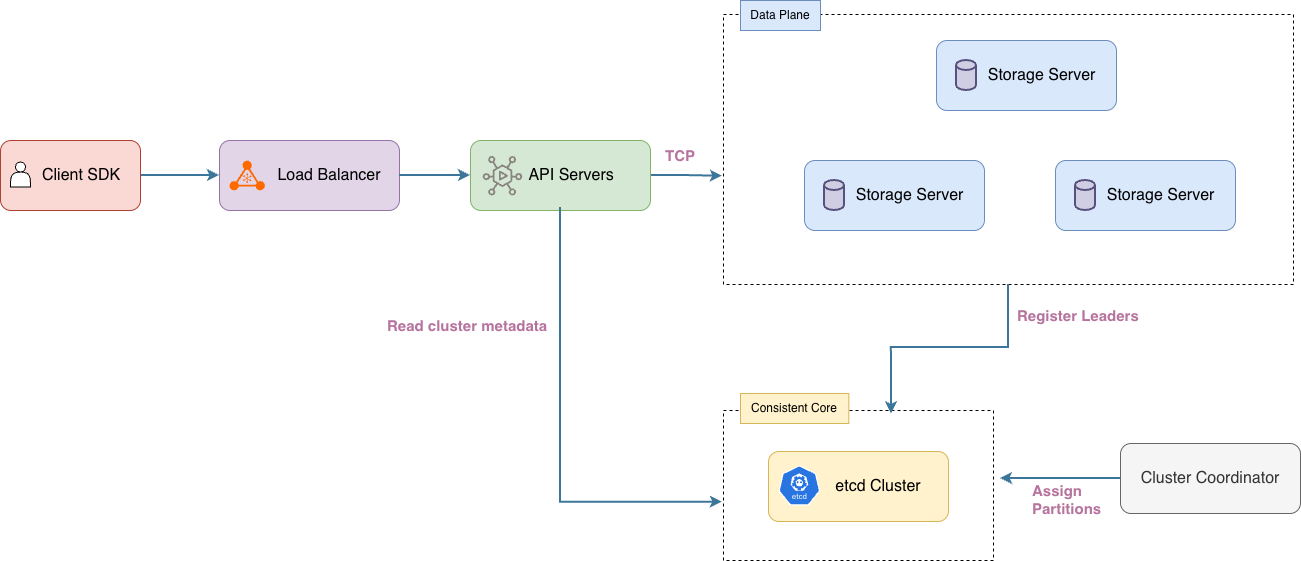
The draw.io diagram src/talks-source/rootconf-2026/public/architecture.png in SarthakMakhija/tech-lessons-posts-v2, before a commit. Source tidied: cells renumbered, new cells last; positions are measured from the earlier drawing's top-left corner, leaving out a move shared by most shapes.
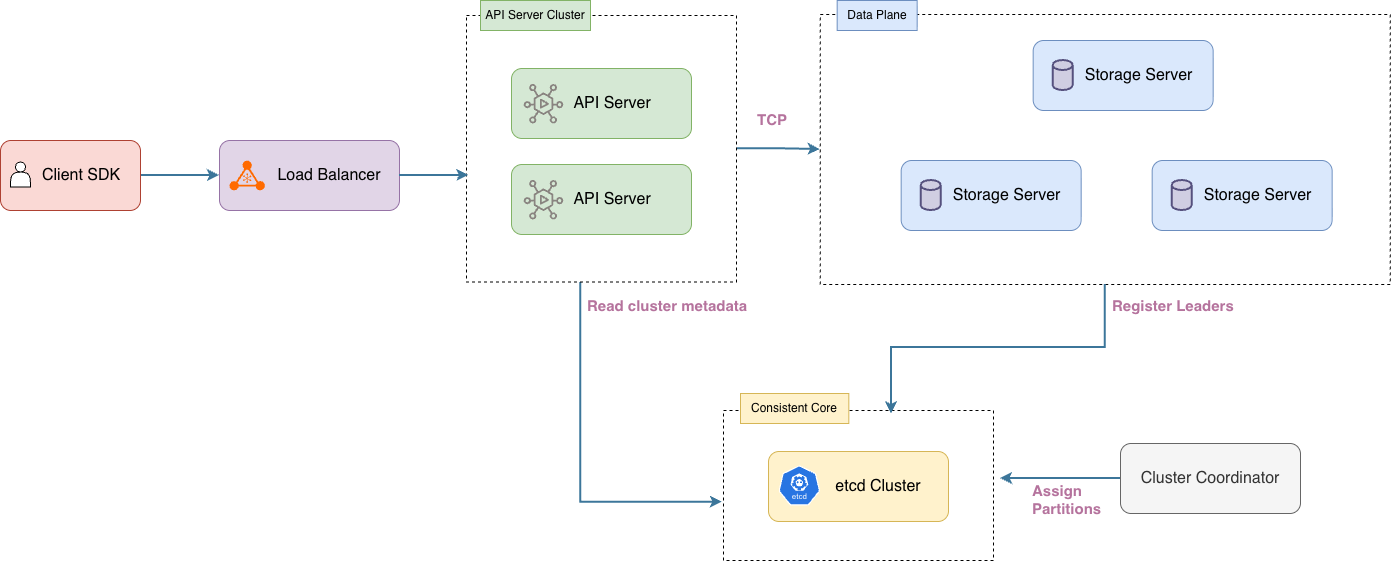
The same file after the commit.

Commit message:
Sarthak | Updates architecture diagram

Change to the diagram source:
```diff
@@ -23,14 +23,11 @@
     <mxCell id="8" style="shape=actor;whiteSpace=wrap;html=1;" parent="6" vertex="1">
       <mxGeometry x="10" y="21.5" width="20" height="25" as="geometry" />
     </mxCell>
-    <mxCell id="9" style="edgeStyle=orthogonalEdgeStyle;rounded=0;jettySize=auto;html=1;entryX=0;entryY=0.5;entryDx=0;entryDy=0;strokeWidth=2;strokeColor=#3C769A;" parent="1" edge="1" source="4" target="23">
-      <mxGeometry relative="1" as="geometry" />
-    </mxCell>
     <mxCell id="10" style="rounded=0;whiteSpace=wrap;html=1;dashed=1;textShadow=0;labelBorderColor=none;" parent="1" vertex="1">
-      <mxGeometry x="723" y="14" width="570" height="270" as="geometry" />
+      <mxGeometry x="819.7" y="14" width="570" height="270" as="geometry" />
     </mxCell>
     <mxCell id="11" style="group;" parent="1" vertex="1">
-      <mxGeometry x="936" y="40" width="180" height="70" as="geometry" />
+      <mxGeometry x="1032.7" y="40" width="180" height="70" as="geometry" />
     </mxCell>
     <mxCell id="12" value="&lt;font style=&quot;font-size: 16px;&quot;&gt;&amp;nbsp; &amp;nbsp; &amp;nbsp; &amp;nbsp;Storage Server&lt;/font&gt;" style="rounded=1;whiteSpace=wrap;html=1;fillColor=#dae8fc;strokeColor=#6c8ebf;" parent="11" vertex="1">
       <mxGeometry width="180" height="70" as="geometry" />
@@ -39,7 +36,7 @@
       <mxGeometry x="20" y="20" width="20" height="30" as="geometry" />
     </mxCell>
     <mxCell id="14" style="group;" parent="1" vertex="1">
-      <mxGeometry x="804" y="160" width="180" height="70" as="geometry" />
+      <mxGeometry x="900.7" y="160" width="180" height="70" as="geometry" />
     </mxCell>
     <mxCell id="15" value="&lt;font style=&quot;font-size: 16px;&quot;&gt;&amp;nbsp; &amp;nbsp; &amp;nbsp; &amp;nbsp;Storage Server&lt;/font&gt;" style="rounded=1;whiteSpace=wrap;html=1;fillColor=#dae8fc;strokeColor=#6c8ebf;" parent="14" vertex="1">
       <mxGeometry width="180" height="70" as="geometry" />
@@ -48,7 +45,7 @@
       <mxGeometry x="20" y="20" width="20" height="30" as="geometry" />
     </mxCell>
     <mxCell id="17" style="group;" parent="1" vertex="1">
-      <mxGeometry x="1055" y="160" width="180" height="70" as="geometry" />
+      <mxGeometry x="1151.7" y="160" width="180" height="70" as="geometry" />
     </mxCell>
     <mxCell id="18" value="&lt;font style=&quot;font-size: 16px;&quot;&gt;&amp;nbsp; &amp;nbsp; &amp;nbsp; &amp;nbsp;Storage Server&lt;/font&gt;" style="rounded=1;whiteSpace=wrap;html=1;fillColor=#dae8fc;strokeColor=#6c8ebf;" parent="17" vertex="1">
       <mxGeometry width="180" height="70" as="geometry" />
@@ -56,21 +53,9 @@
     <mxCell id="19" style="strokeWidth=2;html=1;shape=mxgraph.flowchart.database;whiteSpace=wrap;fillColor=#d0cee2;strokeColor=#56517e;" parent="17" vertex="1">
       <mxGeometry x="20" y="20" width="20" height="30" as="geometry" />
     </mxCell>
-    <mxCell id="20" style="edgeStyle=orthogonalEdgeStyle;rounded=0;jettySize=auto;html=1;entryX=-0.002;entryY=0.599;entryDx=0;entryDy=0;entryPerimeter=0;strokeWidth=2;strokeColor=#3C769A;" parent="1" edge="1" source="23" target="10">
-      <mxGeometry relative="1" as="geometry" />
-    </mxCell>
     <mxCell id="21" value="Data Plane" style="text;html=1;whiteSpace=wrap;strokeColor=#6c8ebf;fillColor=#dae8fc;align=center;verticalAlign=middle;rounded=0;" parent="1" vertex="1">
-      <mxGeometry x="740" width="80" height="30" as="geometry" />
+      <mxGeometry x="836.7" width="80" height="30" as="geometry" />
     </mxCell>
-    <mxCell id="22" style="group;" parent="1" vertex="1">
-      <mxGeometry x="470" y="140" width="180" height="70" as="geometry" />
-    </mxCell>
-    <mxCell id="23" value="&lt;font style=&quot;font-size: 16px;&quot;&gt;&amp;nbsp; &amp;nbsp; &amp;nbsp;API Servers&lt;/font&gt;" style="rounded=1;whiteSpace=wrap;html=1;fillColor=#d5e8d4;strokeColor=#82b366;" parent="22" vertex="1">
-      <mxGeometry width="180" height="70" as="geometry" />
-    </mxCell>
-    <mxCell id="24" style="sketch=0;fontColor=#232F3E;gradientColor=none;fillColor=light-dark(#898480, #d86d0c);strokeColor=none;dashed=0;verticalLabelPosition=bottom;verticalAlign=top;align=center;html=1;fontSize=12;fontStyle=0;shape=mxgraph.aws4.mediaconnect_gateway;" parent="22" vertex="1">
-      <mxGeometry x="12" y="15" width="40" height="40" as="geometry" />
-    </mxCell>
     <mxCell id="25" style="rounded=0;whiteSpace=wrap;html=1;dashed=1;" parent="1" vertex="1">
       <mxGeometry x="723" y="410" width="270" height="150" as="geometry" />
     </mxCell>
@@ -83,12 +68,11 @@
     <mxCell id="28" value="Consistent Core" style="text;html=1;whiteSpace=wrap;strokeColor=#d6b656;fillColor=#fff2cc;align=center;verticalAlign=middle;rounded=0;" parent="1" vertex="1">
       <mxGeometry x="740" y="393" width="108.3" height="30" as="geometry" />
     </mxCell>
-    <mxCell id="29" style="edgeStyle=orthogonalEdgeStyle;rounded=0;orthogonalLoop=1;jettySize=auto;html=1;entryX=-0.004;entryY=0.631;entryDx=0;entryDy=0;entryPerimeter=0;strokeWidth=2;strokeColor=#3C769A;" parent="1" edge="1">
+    <mxCell id="29" style="edgeStyle=orthogonalEdgeStyle;rounded=0;jettySize=auto;html=1;entryX=-0.004;entryY=0.631;entryDx=0;entryDy=0;entryPerimeter=0;strokeWidth=2;strokeColor=#3C769A;exitX=0.423;exitY=0.994;exitDx=0;exitDy=0;exitPerimeter=0;" parent="1" edge="1" source="38">
       <mxGeometry relative="1" as="geometry">
-        <mxPoint x="560" y="207" as="sourcePoint" />
         <mxPoint x="721.9" y="501.6" as="targetPoint" />
         <Array as="points">
-          <mxPoint x="560" y="502" />
+          <mxPoint x="580" y="502" />
         </Array>
       </mxGeometry>
     </mxCell>
@@ -107,13 +91,46 @@
       <mxGeometry x="1030" y="484" width="60" height="30" as="geometry" />
     </mxCell>
     <mxCell id="34" value="Register Leaders" style="text;html=1;whiteSpace=wrap;strokeColor=none;fillColor=none;align=left;verticalAlign=middle;rounded=0;labelBackgroundColor=none;fontStyle=1;fontColor=#B5739D;fontSize=15;" parent="1" vertex="1">
-      <mxGeometry x="1015" y="300" width="125" height="30" as="geometry" />
+      <mxGeometry x="1110" y="290" width="125" height="30" as="geometry" />
     </mxCell>
     <mxCell id="35" value="Read cluster metadata" style="text;html=1;whiteSpace=wrap;strokeColor=none;fillColor=none;align=left;verticalAlign=middle;rounded=0;labelBackgroundColor=none;fontStyle=1;fontColor=#B5739D;fontSize=15;" parent="1" vertex="1">
-      <mxGeometry x="385" y="310" width="170" height="30" as="geometry" />
+      <mxGeometry x="585" y="290" width="170" height="30" as="geometry" />
     </mxCell>
     <mxCell id="36" value="TCP" style="text;html=1;whiteSpace=wrap;strokeColor=none;fillColor=none;align=left;verticalAlign=middle;rounded=0;labelBackgroundColor=none;fontStyle=1;fontColor=#B5739D;fontSize=15;" parent="1" vertex="1">
-      <mxGeometry x="663" y="140" width="37" height="30" as="geometry" />
+      <mxGeometry x="755" y="104" width="37" height="30" as="geometry" />
     </mxCell>
+    <mxCell id="37" style="edgeStyle=orthogonalEdgeStyle;rounded=0;jettySize=auto;html=1;entryX=0;entryY=0.5;entryDx=0;entryDy=0;strokeWidth=2;strokeColor=#3C769A;" parent="1" edge="1" source="38" target="10">
+      <mxGeometry relative="1" as="geometry" />
+    </mxCell>
+    <mxCell id="38" style="rounded=0;whiteSpace=wrap;html=1;dashed=1;" parent="1" vertex="1">
+      <mxGeometry x="466" y="15" width="270" height="266.5" as="geometry" />
+    </mxCell>
+    <mxCell id="39" style="edgeStyle=orthogonalEdgeStyle;rounded=0;jettySize=auto;html=1;strokeWidth=2;strokeColor=#3C769A;entryX=0.009;entryY=0.6;entryDx=0;entryDy=0;entryPerimeter=0;" parent="1" edge="1" source="4" target="38">
+      <mxGeometry relative="1" as="geometry" />
+    </mxCell>
+    <mxCell id="40" value="API Server Cluster" style="text;html=1;whiteSpace=wrap;strokeColor=#82b366;fillColor=#d5e8d4;align=center;verticalAlign=middle;rounded=0;" parent="1" vertex="1">
+      <mxGeometry x="480" width="110" height="30" as="geometry" />
+    </mxCell>
+    <mxCell id="41" style="group;" parent="1" vertex="1">
+      <mxGeometry x="511" y="68" width="180" height="166" as="geometry" />
+    </mxCell>
+    <mxCell id="42" style="group;" parent="41" vertex="1">
+      <mxGeometry y="96" width="180" height="70" as="geometry" />
+    </mxCell>
+    <mxCell id="43" value="&lt;font style=&quot;font-size: 16px;&quot;&gt;&amp;nbsp; &amp;nbsp; &amp;nbsp;API Server&lt;/font&gt;" style="rounded=1;whiteSpace=wrap;html=1;fillColor=#d5e8d4;strokeColor=#82b366;" parent="42" vertex="1">
+      <mxGeometry width="180" height="70" as="geometry" />
+    </mxCell>
+    <mxCell id="44" style="sketch=0;fontColor=#232F3E;gradientColor=none;fillColor=light-dark(#898480, #d86d0c);strokeColor=none;dashed=0;verticalLabelPosition=bottom;verticalAlign=top;align=center;html=1;fontSize=12;fontStyle=0;shape=mxgraph.aws4.mediaconnect_gateway;" parent="42" vertex="1">
+      <mxGeometry x="12" y="15" width="40" height="40" as="geometry" />
+    </mxCell>
+    <mxCell id="45" style="group;" parent="41" vertex="1">
+      <mxGeometry width="180" height="70" as="geometry" />
+    </mxCell>
+    <mxCell id="46" value="&lt;font style=&quot;font-size: 16px;&quot;&gt;&amp;nbsp; &amp;nbsp; &amp;nbsp;API Server&lt;/font&gt;" style="rounded=1;whiteSpace=wrap;html=1;fillColor=#d5e8d4;strokeColor=#82b366;" parent="45" vertex="1">
+      <mxGeometry width="180" height="70" as="geometry" />
+    </mxCell>
+    <mxCell id="47" style="sketch=0;fontColor=#232F3E;gradientColor=none;fillColor=light-dark(#898480, #d86d0c);strokeColor=none;dashed=0;verticalLabelPosition=bottom;verticalAlign=top;align=center;html=1;fontSize=12;fontStyle=0;shape=mxgraph.aws4.mediaconnect_gateway;" parent="45" vertex="1">
+      <mxGeometry x="12" y="15" width="40" height="40" as="geometry" />
+    </mxCell>
   </root>
 </mxGraphModel>
```
